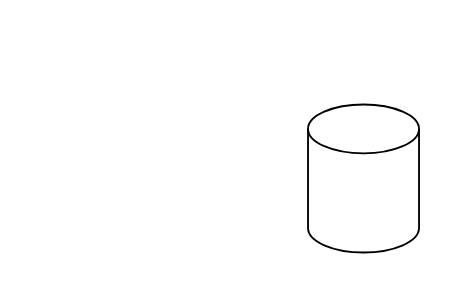
Above: Diagrama sin título.drawio in Reinaldo-usm/G1A_SEP1_S12024 (draw.io), before the change. Source tidied: cells renumbered, new cells numbered last; positions are measured from the earlier drawing's top-left corner, leaving out a move shared by most shapes. Both pictures are drawn from the tidied source at 185%, with x=0, y=0 at pixel (307, 104).
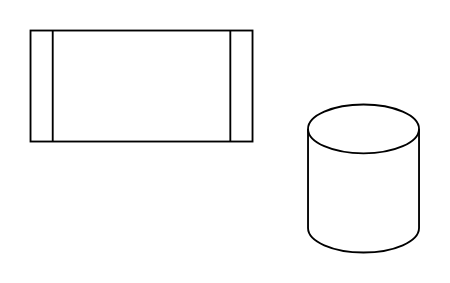
After the change.

What changed in the source:
```diff
@@
 <mxGraphModel>
   <root>
     <mxCell id="0" />
     <mxCell id="1" parent="0" />
     <mxCell id="2" style="shape=cylinder3;whiteSpace=wrap;html=1;boundedLbl=1;backgroundOutline=1;size=13.20001220703125;" parent="1" vertex="1">
       <mxGeometry width="60" height="80" as="geometry" />
     </mxCell>
+    <mxCell id="3" style="shape=process;whiteSpace=wrap;html=1;backgroundOutline=1;" parent="1" vertex="1">
+      <mxGeometry x="-150" y="-40" width="120" height="60" as="geometry" />
+    </mxCell>
   </root>
 </mxGraphModel>
```
